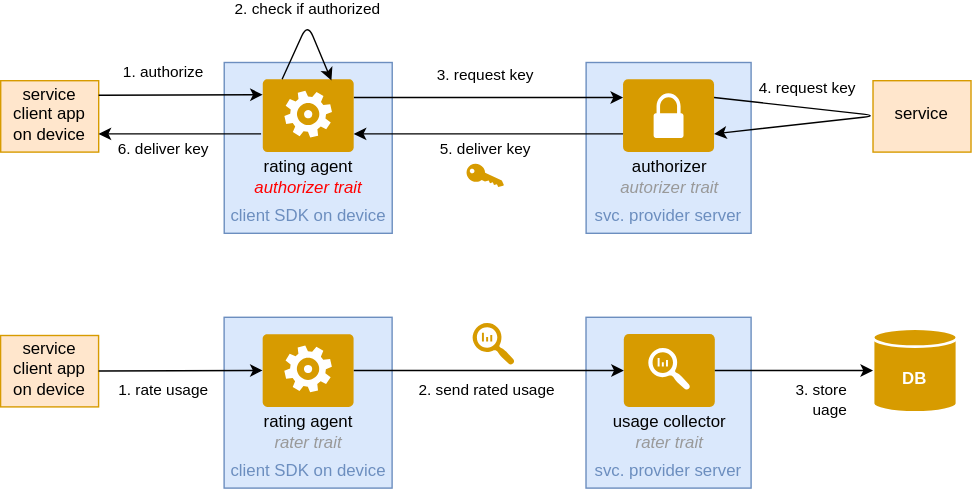
distributed-it-for-telco/distributed-rating-doc keeps this draw.io diagram as src/contract-agent-detailed.drawio.svg. Above is the earlier version. Source tidied: cells renumbered, new cells last; positions are measured from the earlier drawing's top-left corner, leaving out a move shared by most shapes. Its diagram source:
```xml
<mxGraphModel>
  <root>
    <mxCell id="0" />
    <mxCell id="1" parent="0" />
    <mxCell id="2" value="svc. provider server" style="rounded=0;whiteSpace=wrap;html=1;fillColor=#dae8fc;strokeColor=#6c8ebf;verticalAlign=bottom;spacingBottom=3;fontColor=#6C8EBF;" parent="1" vertex="1">
      <mxGeometry x="418.2" y="28" width="117.8" height="122" as="geometry" />
    </mxCell>
    <mxCell id="3" value="client SDK on device" style="rounded=0;whiteSpace=wrap;html=1;fillColor=#dae8fc;strokeColor=#6c8ebf;verticalAlign=bottom;spacingBottom=3;fontColor=#6C8EBF;" parent="1" vertex="1">
      <mxGeometry x="159.7" y="28" width="120" height="122" as="geometry" />
    </mxCell>
    <mxCell id="4" style="verticalLabelPosition=bottom;sketch=0;html=1;verticalAlign=top;align=center;shape=mxgraph.cisco19.key;fillColor=#D79B00;strokeColor=none;rotation=25;" parent="1" vertex="1">
      <mxGeometry x="332" y="103.6" width="28.6" height="12.9" as="geometry" />
    </mxCell>
    <mxCell id="5" value="3. request key" style="endArrow=classic;html=1;" parent="1" edge="1">
      <mxGeometry x="-0.02" y="16" relative="1" as="geometry">
        <mxPoint x="252.2" y="53" as="sourcePoint" />
        <mxPoint x="444.5" y="53" as="targetPoint" />
      </mxGeometry>
    </mxCell>
    <mxCell id="6" value="rating agent&amp;nbsp;&lt;br&gt;&lt;i&gt;&lt;font color=&quot;#ff0000&quot;&gt;authorizer trait&lt;/font&gt;&lt;/i&gt;" style="text;html=1;strokeColor=none;fillColor=none;align=center;verticalAlign=middle;whiteSpace=wrap;rounded=0;" parent="1" vertex="1">
      <mxGeometry x="176.7" y="95" width="86" height="30" as="geometry" />
    </mxCell>
    <mxCell id="7" value="authorizer&lt;br&gt;&lt;i&gt;&lt;font color=&quot;#999999&quot;&gt;autorizer trait&lt;/font&gt;&lt;/i&gt;" style="text;html=1;strokeColor=none;fillColor=none;align=center;verticalAlign=middle;whiteSpace=wrap;rounded=0;" parent="1" vertex="1">
      <mxGeometry x="434.7" y="95" width="86" height="30" as="geometry" />
    </mxCell>
    <mxCell id="8" value="service client app&lt;br&gt;on device" style="rounded=0;whiteSpace=wrap;html=1;fillColor=#ffe6cc;strokeColor=#d79b00;verticalAlign=bottom;spacingBottom=3;" parent="1" vertex="1">
      <mxGeometry y="41" width="70" height="51" as="geometry" />
    </mxCell>
    <mxCell id="9" value="&lt;font color=&quot;#000000&quot;&gt;1. authorize&lt;br&gt;&lt;/font&gt;" style="endArrow=none;html=1;fontColor=#6C8EBF;exitX=0;exitY=0.5;exitDx=0;exitDy=0;exitPerimeter=0;startArrow=classic;startFill=1;" parent="1" edge="1">
      <mxGeometry x="0.21" y="-16" relative="1" as="geometry">
        <mxPoint x="187.2" y="51" as="sourcePoint" />
        <mxPoint x="70" y="51.4" as="targetPoint" />
      </mxGeometry>
    </mxCell>
    <mxCell id="10" value="svc. provider server" style="rounded=0;whiteSpace=wrap;html=1;fillColor=#dae8fc;strokeColor=#6c8ebf;verticalAlign=bottom;spacingBottom=3;fontColor=#6C8EBF;" parent="1" vertex="1">
      <mxGeometry x="418.1" y="210" width="117.9" height="122" as="geometry" />
    </mxCell>
    <mxCell id="11" value="client SDK on device" style="rounded=0;whiteSpace=wrap;html=1;fillColor=#dae8fc;strokeColor=#6c8ebf;verticalAlign=bottom;spacingBottom=3;fontColor=#6C8EBF;" parent="1" vertex="1">
      <mxGeometry x="159.6" y="210" width="120" height="122" as="geometry" />
    </mxCell>
    <mxCell id="12" style="sketch=0;shadow=0;dashed=0;html=1;strokeColor=none;labelPosition=center;verticalLabelPosition=bottom;verticalAlign=top;align=center;fillColor=#D79B00;shape=mxgraph.mscae.oms.log_search;fontColor=#D79B00;flipH=1;" parent="1" vertex="1">
      <mxGeometry x="337.1" y="214" width="30" height="30" as="geometry" />
    </mxCell>
    <mxCell id="13" style="group;" parent="1" vertex="1">
      <mxGeometry x="445.1" y="222" width="65" height="52" as="geometry" />
    </mxCell>
    <mxCell id="14" style="rounded=1;whiteSpace=wrap;html=1;fillColor=#D79B00;strokeColor=none;arcSize=7;" parent="13" vertex="1">
      <mxGeometry width="65" height="52" as="geometry" />
    </mxCell>
    <mxCell id="15" style="sketch=0;shadow=0;dashed=0;html=1;strokeColor=none;labelPosition=center;verticalLabelPosition=bottom;verticalAlign=top;align=center;fillColor=#FFFFFF;shape=mxgraph.mscae.oms.log_search;fontColor=#D79B00;flipH=1;" parent="13" vertex="1">
      <mxGeometry x="17.5" y="10" width="30" height="30" as="geometry" />
    </mxCell>
    <mxCell id="16" value="2. send rated usage" style="endArrow=classic;html=1;exitX=1;exitY=0.5;exitDx=0;exitDy=0;exitPerimeter=0;entryX=0;entryY=0.5;entryDx=0;entryDy=0;" parent="1" edge="1" source="29" target="14">
      <mxGeometry x="-0.02" y="-14" relative="1" as="geometry" />
    </mxCell>
    <mxCell id="17" value="rating agent&amp;nbsp;&lt;br&gt;&lt;i&gt;&lt;font color=&quot;#999999&quot;&gt;rater trait&lt;/font&gt;&lt;/i&gt;" style="text;html=1;strokeColor=none;fillColor=none;align=center;verticalAlign=middle;whiteSpace=wrap;rounded=0;" parent="1" vertex="1">
      <mxGeometry x="176.6" y="277" width="86" height="30" as="geometry" />
    </mxCell>
    <mxCell id="18" value="usage collector&lt;br&gt;&lt;i&gt;&lt;font color=&quot;#999999&quot;&gt;rater trait&lt;/font&gt;&lt;/i&gt;" style="text;html=1;strokeColor=none;fillColor=none;align=center;verticalAlign=middle;whiteSpace=wrap;rounded=0;" parent="1" vertex="1">
      <mxGeometry x="434.6" y="277" width="86" height="30" as="geometry" />
    </mxCell>
    <mxCell id="19" value="DB" style="shape=cylinder3;whiteSpace=wrap;html=1;boundedLbl=1;backgroundOutline=1;size=6.482758620689708;fillColor=#D79B00;strokeColor=#FFFFFF;strokeWidth=2;fontColor=#FFFFFF;fontStyle=1;" parent="1" vertex="1">
      <mxGeometry x="623.1" y="218" width="60" height="60" as="geometry" />
    </mxCell>
    <mxCell id="20" value="3. store&lt;br&gt;&lt;div style=&quot;text-align: right&quot;&gt;uage&lt;/div&gt;" style="endArrow=classic;html=1;exitX=1;exitY=0.5;exitDx=0;exitDy=0;" parent="1" edge="1" source="14" target="19">
      <mxGeometry x="0.35" y="-21" relative="1" as="geometry" />
    </mxCell>
    <mxCell id="21" value="service client app&lt;br&gt;on device" style="rounded=0;whiteSpace=wrap;html=1;fillColor=#ffe6cc;strokeColor=#d79b00;verticalAlign=bottom;spacingBottom=3;" parent="1" vertex="1">
      <mxGeometry x="-0.1" y="223" width="70" height="51" as="geometry" />
    </mxCell>
    <mxCell id="22" value="&lt;font color=&quot;#000000&quot;&gt;1. rate usage&lt;/font&gt;" style="endArrow=none;html=1;fontColor=#6C8EBF;exitX=0;exitY=0.5;exitDx=0;exitDy=0;exitPerimeter=0;startArrow=classic;startFill=1;" parent="1" edge="1" source="29" target="21">
      <mxGeometry x="0.22" y="14" relative="1" as="geometry" />
    </mxCell>
    <mxCell id="23" style="group;" parent="1" vertex="1">
      <mxGeometry x="187.2" y="40" width="65" height="52" as="geometry" />
    </mxCell>
    <mxCell id="24" style="rounded=0;whiteSpace=wrap;html=1;strokeColor=none;" parent="23" vertex="1">
      <mxGeometry x="3.8" y="6" width="57.5" height="40" as="geometry" />
    </mxCell>
    <mxCell id="25" style="verticalLabelPosition=bottom;html=1;verticalAlign=top;align=center;strokeColor=none;fillColor=#D79B00;shape=mxgraph.azure.worker_role;" parent="23" vertex="1">
      <mxGeometry width="65" height="52" as="geometry" />
    </mxCell>
    <mxCell id="26" value="2. check if authorized" style="endArrow=classic;html=1;fontColor=#000000;exitX=0.213;exitY=0;exitDx=0;exitDy=0;exitPerimeter=0;entryX=0.755;entryY=0.015;entryDx=0;entryDy=0;entryPerimeter=0;" parent="23" edge="1" source="25" target="25">
      <mxGeometry y="10" relative="1" as="geometry">
        <Array as="points">
          <mxPoint x="32" y="-40" />
        </Array>
        <mxPoint x="-9" y="-6" as="offset" />
      </mxGeometry>
    </mxCell>
    <mxCell id="27" style="group;" parent="1" vertex="1">
      <mxGeometry x="187.1" y="222" width="65" height="52" as="geometry" />
    </mxCell>
    <mxCell id="28" style="rounded=0;whiteSpace=wrap;html=1;strokeColor=none;" parent="27" vertex="1">
      <mxGeometry x="3.7" y="6.5" width="57.5" height="40" as="geometry" />
    </mxCell>
    <mxCell id="29" style="verticalLabelPosition=bottom;html=1;verticalAlign=top;align=center;strokeColor=none;fillColor=#D79B00;shape=mxgraph.azure.worker_role;" parent="27" vertex="1">
      <mxGeometry width="65" height="52" as="geometry" />
    </mxCell>
    <mxCell id="30" style="group;" parent="1" vertex="1">
      <mxGeometry x="444.5" y="40" width="65" height="52" as="geometry" />
    </mxCell>
    <mxCell id="31" style="rounded=1;whiteSpace=wrap;html=1;fillColor=#D79B00;strokeColor=none;arcSize=7;" parent="30" vertex="1">
      <mxGeometry width="65" height="52" as="geometry" />
    </mxCell>
    <mxCell id="32" style="sketch=0;shadow=0;dashed=0;html=1;strokeColor=none;fillColor=#FFFFFF;labelPosition=center;verticalLabelPosition=bottom;verticalAlign=top;align=center;shape=mxgraph.office.security.lock_protected;" parent="30" vertex="1">
      <mxGeometry x="21.8" y="10" width="21.3" height="32" as="geometry" />
    </mxCell>
    <mxCell id="33" style="endArrow=classic;html=1;fontColor=#000000;exitX=1;exitY=0.25;exitDx=0;exitDy=0;entryX=1;entryY=0.75;entryDx=0;entryDy=0;" parent="30" edge="1" source="31" target="31">
      <mxGeometry relative="1" as="geometry">
        <Array as="points">
          <mxPoint x="181.5" y="26" />
        </Array>
      </mxGeometry>
    </mxCell>
    <mxCell id="34" value="4. request key" style="edgeLabel;html=1;align=center;verticalAlign=middle;fontColor=#000000;" parent="33" vertex="1">
      <mxGeometry x="-0.15" y="-1" relative="1" as="geometry">
        <mxPoint x="-32" y="-19" as="offset" />
      </mxGeometry>
    </mxCell>
    <mxCell id="35" value="service" style="rounded=0;whiteSpace=wrap;html=1;fillColor=#ffe6cc;strokeColor=#d79b00;verticalAlign=middle;spacingBottom=3;" parent="1" vertex="1">
      <mxGeometry x="623.1" y="41" width="70" height="51" as="geometry" />
    </mxCell>
    <mxCell id="36" value="5. deliver key" style="endArrow=none;html=1;startArrow=classic;startFill=1;endFill=0;" parent="1" edge="1">
      <mxGeometry x="-0.02" y="-11" relative="1" as="geometry">
        <mxPoint x="252.2" y="79" as="sourcePoint" />
        <mxPoint x="444.5" y="79" as="targetPoint" />
      </mxGeometry>
    </mxCell>
    <mxCell id="37" value="6. deliver key" style="endArrow=none;html=1;startArrow=classic;startFill=1;endFill=0;" parent="1" edge="1">
      <mxGeometry x="-0.21" y="-11" relative="1" as="geometry">
        <mxPoint x="69.9" y="79" as="sourcePoint" />
        <mxPoint x="186" y="79" as="targetPoint" />
      </mxGeometry>
    </mxCell>
  </root>
</mxGraphModel>
```
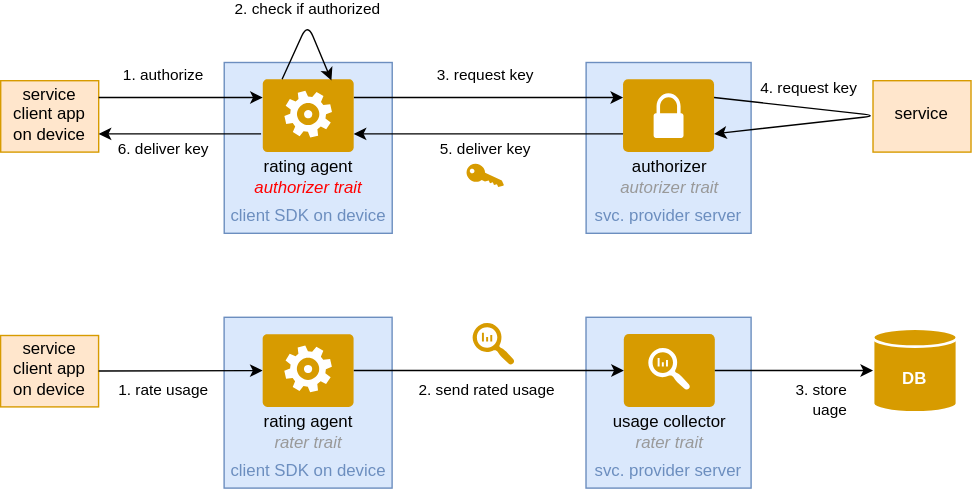
Later version of the same file.

What changed in the source:
```diff
@@ -28,8 +28,8 @@
     </mxCell>
     <mxCell id="9" value="&lt;font color=&quot;#000000&quot;&gt;1. authorize&lt;br&gt;&lt;/font&gt;" style="endArrow=none;html=1;fontColor=#6C8EBF;exitX=0;exitY=0.5;exitDx=0;exitDy=0;exitPerimeter=0;startArrow=classic;startFill=1;" parent="1" edge="1">
       <mxGeometry x="0.21" y="-16" relative="1" as="geometry">
-        <mxPoint x="187.2" y="51" as="sourcePoint" />
-        <mxPoint x="70" y="51.4" as="targetPoint" />
+        <mxPoint x="187.2" y="53" as="sourcePoint" />
+        <mxPoint x="70" y="53" as="targetPoint" />
       </mxGeometry>
     </mxCell>
     <mxCell id="10" value="svc. provider server" style="rounded=0;whiteSpace=wrap;html=1;fillColor=#dae8fc;strokeColor=#6c8ebf;verticalAlign=bottom;spacingBottom=3;fontColor=#6C8EBF;" parent="1" vertex="1">
@@ -68,7 +68,7 @@
     <mxCell id="21" value="service client app&lt;br&gt;on device" style="rounded=0;whiteSpace=wrap;html=1;fillColor=#ffe6cc;strokeColor=#d79b00;verticalAlign=bottom;spacingBottom=3;" parent="1" vertex="1">
       <mxGeometry x="-0.1" y="223" width="70" height="51" as="geometry" />
     </mxCell>
-    <mxCell id="22" value="&lt;font color=&quot;#000000&quot;&gt;1. rate usage&lt;/font&gt;" style="endArrow=none;html=1;fontColor=#6C8EBF;exitX=0;exitY=0.5;exitDx=0;exitDy=0;exitPerimeter=0;startArrow=classic;startFill=1;" parent="1" edge="1" source="29" target="21">
+    <mxCell id="22" value="&lt;font color=&quot;#000000&quot;&gt;1. rate usage&lt;/font&gt;" style="endArrow=none;html=1;fontColor=#6C8EBF;startArrow=classic;startFill=1;" parent="1" edge="1" source="29" target="21">
       <mxGeometry x="0.22" y="14" relative="1" as="geometry" />
     </mxCell>
     <mxCell id="23" style="group;" parent="1" vertex="1">
@@ -129,7 +129,7 @@
     </mxCell>
     <mxCell id="37" value="6. deliver key" style="endArrow=none;html=1;startArrow=classic;startFill=1;endFill=0;" parent="1" edge="1">
       <mxGeometry x="-0.21" y="-11" relative="1" as="geometry">
-        <mxPoint x="69.9" y="79" as="sourcePoint" />
+        <mxPoint x="70" y="79" as="sourcePoint" />
         <mxPoint x="186" y="79" as="targetPoint" />
       </mxGeometry>
     </mxCell>
```
